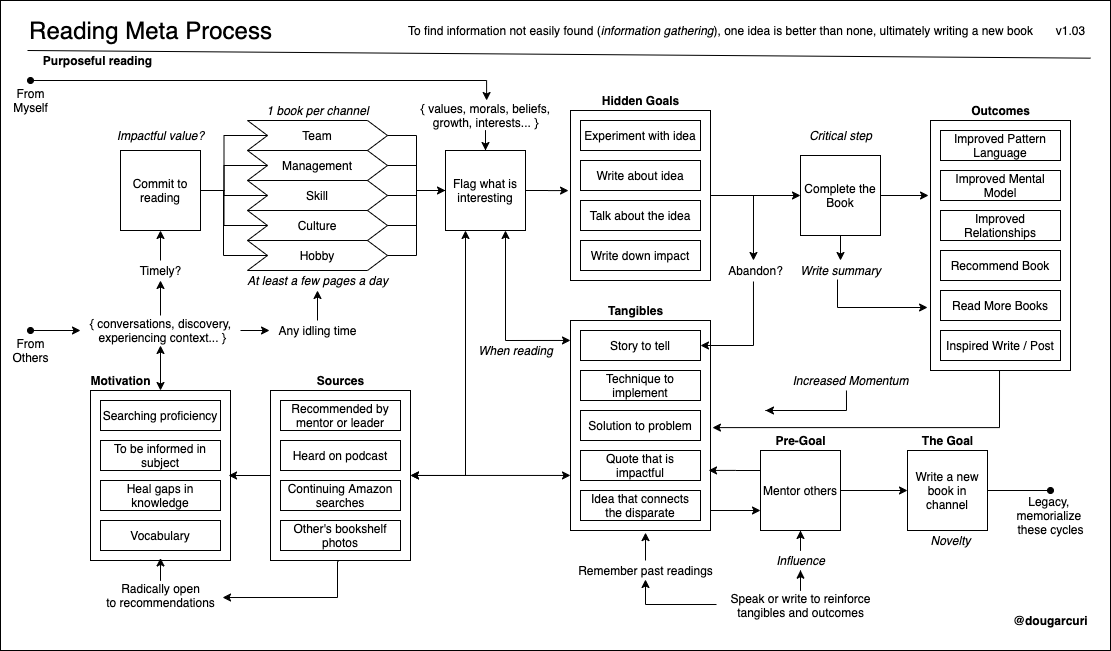
Earlier version of the draw.io export books/diagrams/reading-process.png (solidi/learning-notes). Source tidied: cells renumbered, new cells last; positions are measured from the earlier drawing's top-left corner, leaving out a move shared by most shapes.
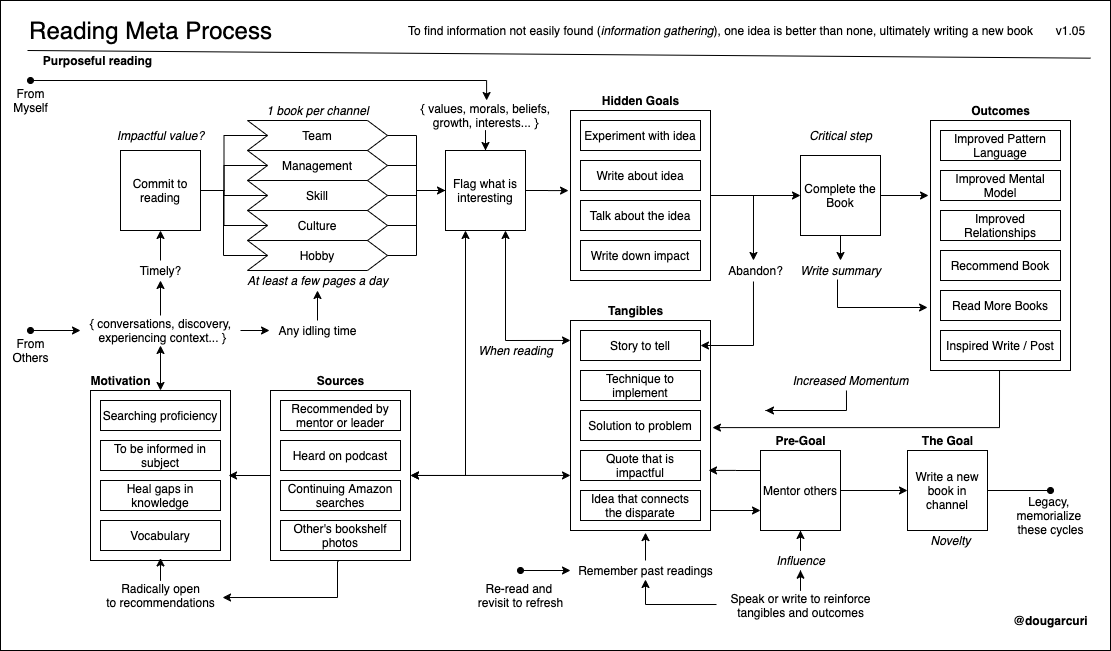
After the change.

Commit message:
Add re-read to refresh content to reading diagram

Change to the diagram source:
```diff
@@ -82,7 +82,7 @@
     <mxCell id="24" value="Write about idea" style="rounded=0;whiteSpace=wrap;html=1;" parent="1" vertex="1">
       <mxGeometry x="580" y="160" width="120" height="30" as="geometry" />
     </mxCell>
-    <mxCell id="25" value="v1.03" style="text;html=1;align=center;verticalAlign=middle;" parent="1" vertex="1">
+    <mxCell id="25" value="v1.05" style="text;html=1;align=center;verticalAlign=middle;" parent="1" vertex="1">
       <mxGeometry x="1050" y="20" width="40" height="20" as="geometry" />
     </mxCell>
     <mxCell id="26" value="&lt;b&gt;@dougarcuri&lt;/b&gt;" style="text;html=1;align=center;verticalAlign=middle;" parent="1" vertex="1">
@@ -383,5 +383,14 @@
     <mxCell id="114" value="Inspired Write / Post" style="rounded=0;whiteSpace=wrap;html=1;" parent="1" vertex="1">
       <mxGeometry x="940" y="330" width="120" height="30" as="geometry" />
     </mxCell>
+    <mxCell id="115" style="edgeStyle=orthogonalEdgeStyle;rounded=0;orthogonalLoop=1;jettySize=auto;html=1;startArrow=classic;startFill=1;endArrow=oval;endFill=1;" parent="1" edge="1">
+      <mxGeometry relative="1" as="geometry">
+        <mxPoint x="570" y="570" as="sourcePoint" />
+        <mxPoint x="520" y="570" as="targetPoint" />
+      </mxGeometry>
+    </mxCell>
+    <mxCell id="116" value="Re-read and &lt;br&gt;revisit to refresh" style="text;html=1;align=center;verticalAlign=middle;" parent="1" vertex="1">
+      <mxGeometry x="470" y="580" width="100" height="30" as="geometry" />
+    </mxCell>
   </root>
 </mxGraphModel>
```
